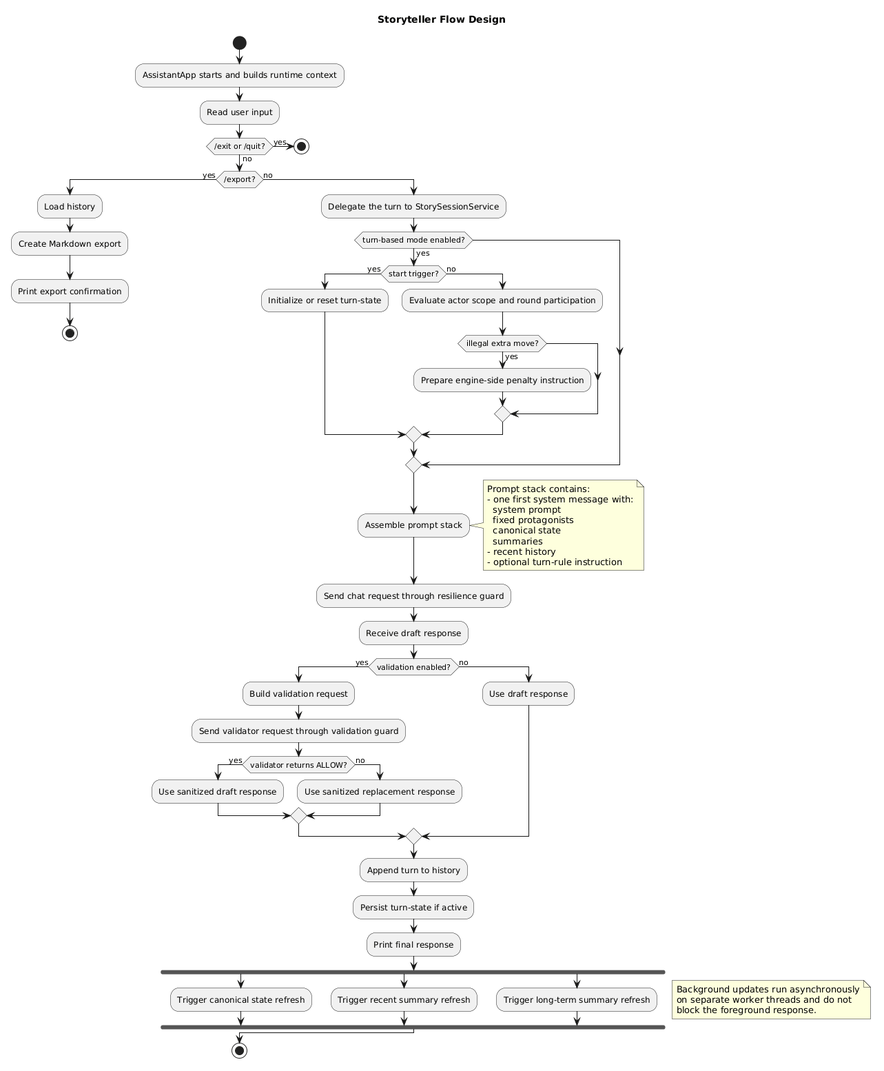
Above: docs/architecture/02-storyteller-flow-design.png in jbrugman/Assistant (PlantUML), before the change. Source of this version:
```plantuml
@startuml
title Storyteller Flow Design

start

:AssistantApp starts and builds runtime context;
:Read user input;

if (/exit or /quit?) then (yes)
  stop
else (no)

  if (/export?) then (yes)
    :Load history;
    :Create Markdown export;
    :Print export confirmation;
    stop
  else (no)

    :Delegate the turn to StorySessionService;

    if (turn-based mode enabled?) then (yes)
      if (start trigger?) then (yes)
        :Initialize or reset turn-state;
      else (no)
        :Evaluate actor scope and round participation;
        if (illegal extra move?) then (yes)
          :Prepare engine-side penalty instruction;
        endif
      endif
    endif

    :Assemble prompt stack;
    note right
    Prompt stack contains:
    - one first system message with:
      system prompt
      fixed protagonists
      canonical state
      summaries
    - recent history
    - optional turn-rule instruction
    end note

    :Send chat request through resilience guard;
    :Receive draft response;

    if (validation enabled?) then (yes)
      :Build validation request;
      :Send validator request through validation guard;

      if (validator returns ALLOW?) then (yes)
        :Use sanitized draft response;
      else (no)
        :Use sanitized replacement response;
      endif
    else (no)
      :Use draft response;
    endif

    :Append turn to history;
    :Persist turn-state if active;
    :Print final response;

    fork
      :Trigger canonical state refresh;
    fork again
      :Trigger recent summary refresh;
    fork again
      :Trigger long-term summary refresh;
    end fork

    note right
    Background updates run asynchronously
    on separate worker threads and do not
    block the foreground response.
    end note

  endif
endif

stop
@enduml
```
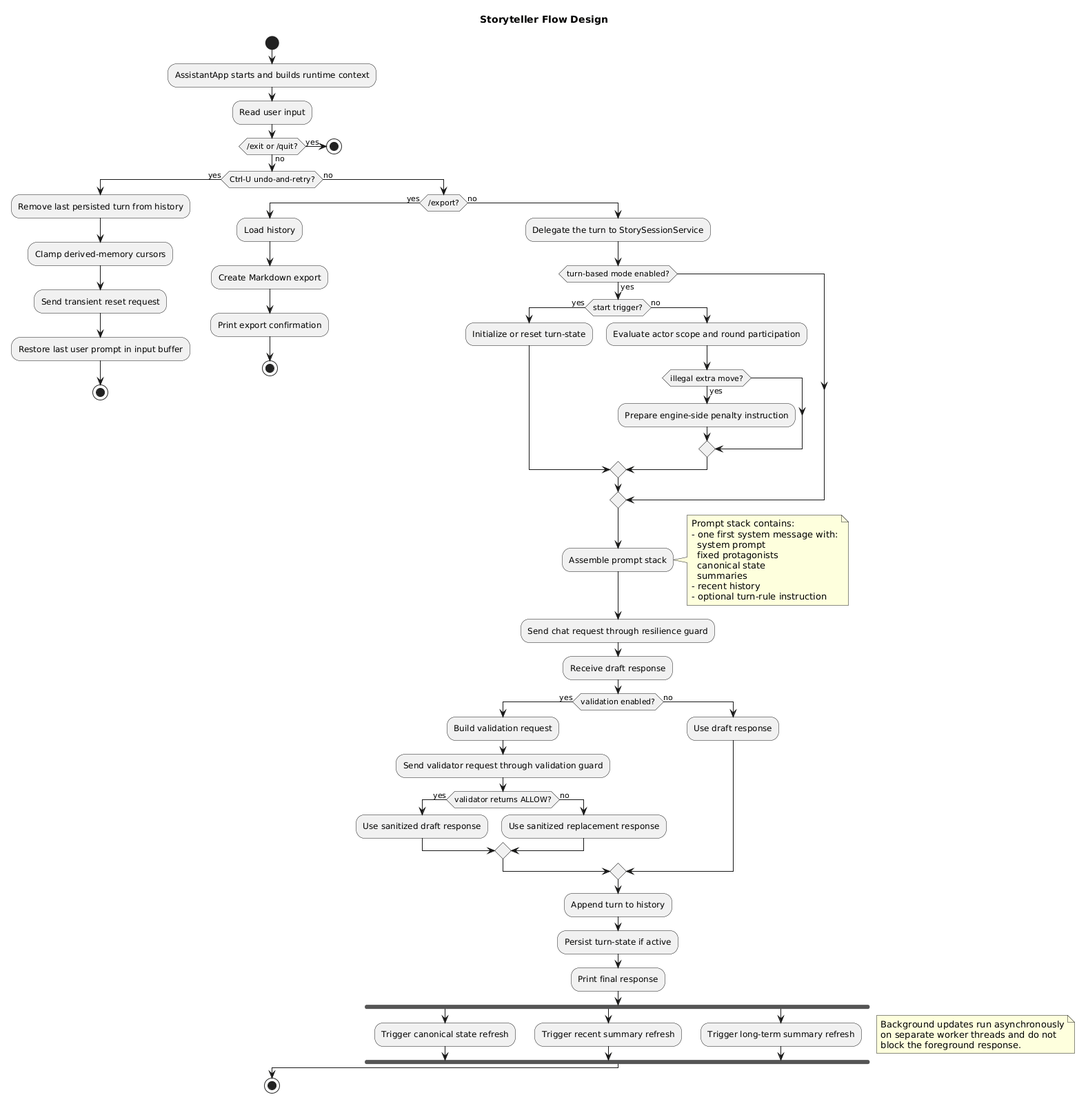
Above is the later version.

Change to the diagram source:
```diff
@@ -10,72 +10,81 @@
   stop
 else (no)
 
-  if (/export?) then (yes)
-    :Load history;
-    :Create Markdown export;
-    :Print export confirmation;
+  if (Ctrl-U undo-and-retry?) then (yes)
+    :Remove last persisted turn from history;
+    :Clamp derived-memory cursors;
+    :Send transient reset request;
+    :Restore last user prompt in input buffer;
     stop
   else (no)
 
-    :Delegate the turn to StorySessionService;
+    if (/export?) then (yes)
+      :Load history;
+      :Create Markdown export;
+      :Print export confirmation;
+      stop
+    else (no)
 
-    if (turn-based mode enabled?) then (yes)
-      if (start trigger?) then (yes)
-        :Initialize or reset turn-state;
-      else (no)
-        :Evaluate actor scope and round participation;
-        if (illegal extra move?) then (yes)
-          :Prepare engine-side penalty instruction;
+      :Delegate the turn to StorySessionService;
+
+      if (turn-based mode enabled?) then (yes)
+        if (start trigger?) then (yes)
+          :Initialize or reset turn-state;
+        else (no)
+          :Evaluate actor scope and round participation;
+          if (illegal extra move?) then (yes)
+            :Prepare engine-side penalty instruction;
+          endif
         endif
       endif
+
+      :Assemble prompt stack;
+      note right
+      Prompt stack contains:
+      - one first system message with:
+        system prompt
+        fixed protagonists
+        canonical state
+        summaries
+      - recent history
+      - optional turn-rule instruction
+      end note
+
+      :Send chat request through resilience guard;
+      :Receive draft response;
+
+      if (validation enabled?) then (yes)
+        :Build validation request;
+        :Send validator request through validation guard;
+
+        if (validator returns ALLOW?) then (yes)
+          :Use sanitized draft response;
+        else (no)
+          :Use sanitized replacement response;
+        endif
+      else (no)
+        :Use draft response;
+      endif
+
+      :Append turn to history;
+      :Persist turn-state if active;
+      :Print final response;
+
+      fork
+        :Trigger canonical state refresh;
+      fork again
+        :Trigger recent summary refresh;
+      fork again
+        :Trigger long-term summary refresh;
+      end fork
+
+      note right
+      Background updates run asynchronously
+      on separate worker threads and do not
+      block the foreground response.
+      end note
+
     endif
-
-    :Assemble prompt stack;
-    note right
-    Prompt stack contains:
-    - one first system message with:
-      system prompt
-      fixed protagonists
-      canonical state
-      summaries
-    - recent history
-    - optional turn-rule instruction
-    end note
-
-    :Send chat request through resilience guard;
-    :Receive draft response;
-
-    if (validation enabled?) then (yes)
-      :Build validation request;
-      :Send validator request through validation guard;
-
-      if (validator returns ALLOW?) then (yes)
-        :Use sanitized draft response;
-      else (no)
-        :Use sanitized replacement response;
-      endif
-    else (no)
-      :Use draft response;
-    endif
-
-    :Append turn to history;
-    :Persist turn-state if active;
-    :Print final response;
-
-    fork
-      :Trigger canonical state refresh;
-    fork again
-      :Trigger recent summary refresh;
-    fork again
-      :Trigger long-term summary refresh;
-    end fork
-
-    note right
-    Background updates run asynchronously
-    on separate worker threads and do not
-    block the foreground response.
-    end note
-
   endif
 endif
 
```
